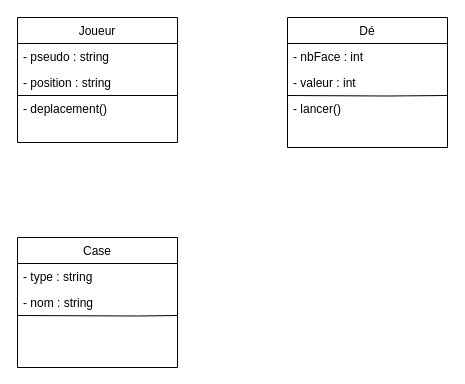
Above: Diagramme/Iteration1.drawio in Stephanethr/TPMonopoli (draw.io), before the change. Source tidied: cells renumbered, new cells numbered last; positions are measured from the earlier drawing's top-left corner, leaving out a move shared by most shapes. Both pictures are drawn from the tidied source at 100%, with x=0, y=0 at pixel (17, 17).
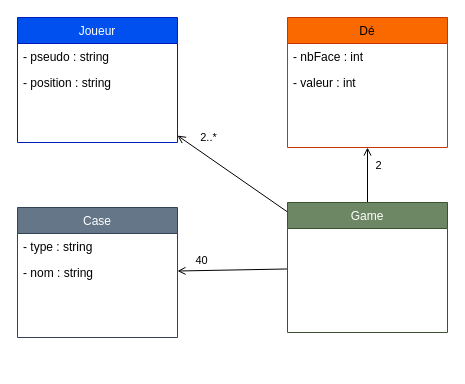
The same page after the edit.

Change to the diagram source:
```diff
@@
-    <mxCell id="2" value="Case" style="swimlane;fontStyle=0;align=center;verticalAlign=top;horizontal=1;startSize=26;rounded=0;shadow=0;strokeWidth=1;" parent="1" vertex="1">
-      <mxGeometry y="220" width="160" height="130" as="geometry" />
+    <mxCell id="2" value="Case" style="swimlane;fontStyle=0;align=center;verticalAlign=top;horizontal=1;startSize=26;rounded=0;shadow=0;strokeWidth=1;fillColor=#647687;fontColor=#ffffff;strokeColor=#314354;" parent="1" vertex="1">
+      <mxGeometry y="190" width="160" height="130" as="geometry" />
     </mxCell>
@@
-    <mxCell id="4" style="endArrow=none;html=1;rounded=0;exitX=0;exitY=0.75;exitDx=0;exitDy=0;entryX=1;entryY=0.75;entryDx=0;entryDy=0;" parent="2" edge="1">
-      <mxGeometry relative="1" as="geometry">
-        <mxPoint y="78" as="sourcePoint" />
-        <mxPoint x="160" y="78" as="targetPoint" />
-        <Array as="points">
-          <mxPoint x="120" y="78.5" />
-        </Array>
-      </mxGeometry>
-    </mxCell>
@@
-    <mxCell id="6" value="Dé" style="swimlane;fontStyle=0;align=center;verticalAlign=top;horizontal=1;startSize=26;rounded=0;shadow=0;strokeWidth=1;" parent="1" vertex="1">
+    <mxCell id="6" value="Dé" style="swimlane;fontStyle=0;align=center;verticalAlign=top;horizontal=1;startSize=26;rounded=0;shadow=0;strokeWidth=1;fillColor=#fa6800;strokeColor=#C73500;fontColor=#000000;" parent="1" vertex="1">
       <mxGeometry x="270" width="160" height="130" as="geometry" />
     </mxCell>
@@
-    <mxCell id="9" style="endArrow=none;html=1;rounded=0;exitX=0;exitY=0.75;exitDx=0;exitDy=0;entryX=1;entryY=0.75;entryDx=0;entryDy=0;" parent="6" edge="1">
-      <mxGeometry relative="1" as="geometry">
-        <mxPoint y="78" as="sourcePoint" />
-        <mxPoint x="160" y="78" as="targetPoint" />
-        <Array as="points">
-          <mxPoint x="100" y="78.5" />
-        </Array>
-      </mxGeometry>
-    </mxCell>
-    <mxCell id="10" value="- lancer()" style="text;align=left;verticalAlign=top;spacingLeft=4;spacingRight=4;overflow=hidden;rounded=0;shadow=0;html=0;" parent="6" vertex="1">
-      <mxGeometry y="78" width="160" height="26" as="geometry" />
-    </mxCell>
-    <mxCell id="11" value="Joueur" style="swimlane;fontStyle=0;align=center;verticalAlign=top;horizontal=1;startSize=26;rounded=0;shadow=0;strokeWidth=1;" parent="1" vertex="1">
+    <mxCell id="11" value="Joueur" style="swimlane;fontStyle=0;align=center;verticalAlign=top;horizontal=1;startSize=26;rounded=0;shadow=0;strokeWidth=1;fillColor=#0050ef;fontColor=#ffffff;strokeColor=#001DBC;" parent="1" vertex="1">
       <mxGeometry width="160" height="125" as="geometry" />
     </mxCell>
@@
-    <mxCell id="14" style="endArrow=none;html=1;rounded=0;exitX=0;exitY=0.75;exitDx=0;exitDy=0;entryX=1;entryY=0.75;entryDx=0;entryDy=0;" parent="11" edge="1">
-      <mxGeometry relative="1" as="geometry">
-        <mxPoint y="78" as="sourcePoint" />
-        <mxPoint x="160" y="78" as="targetPoint" />
-      </mxGeometry>
-    </mxCell>
-    <mxCell id="15" value="- deplacement()" style="text;align=left;verticalAlign=top;spacingLeft=4;spacingRight=4;overflow=hidden;rounded=0;shadow=0;html=0;" parent="11" vertex="1">
-      <mxGeometry y="78" width="160" height="26" as="geometry" />
-    </mxCell>
+    <mxCell id="16" style="edgeStyle=none;html=1;endArrow=open;endFill=0;" parent="1" edge="1" source="22" target="11">
+      <mxGeometry relative="1" as="geometry" />
+    </mxCell>
+    <mxCell id="17" value="2..*" style="edgeLabel;html=1;align=center;verticalAlign=middle;" parent="16" vertex="1">
+      <mxGeometry x="0.65" y="-1" relative="1" as="geometry">
+        <mxPoint x="10" y="-11" as="offset" />
+      </mxGeometry>
+    </mxCell>
+    <mxCell id="18" style="edgeStyle=none;html=1;endArrow=open;endFill=0;" parent="1" edge="1" source="22" target="6">
+      <mxGeometry relative="1" as="geometry" />
+    </mxCell>
+    <mxCell id="19" value="2" style="edgeLabel;html=1;align=center;verticalAlign=middle;" parent="18" vertex="1">
+      <mxGeometry x="0.39" relative="1" as="geometry">
+        <mxPoint x="10" as="offset" />
+      </mxGeometry>
+    </mxCell>
+    <mxCell id="20" style="edgeStyle=none;html=1;endArrow=open;endFill=0;" parent="1" edge="1" source="22" target="2">
+      <mxGeometry relative="1" as="geometry" />
+    </mxCell>
+    <mxCell id="21" value="40" style="edgeLabel;html=1;align=center;verticalAlign=middle;" parent="20" vertex="1">
+      <mxGeometry x="0.56" y="-2" relative="1" as="geometry">
+        <mxPoint y="-9" as="offset" />
+      </mxGeometry>
+    </mxCell>
+    <mxCell id="22" value="Game" style="swimlane;fontStyle=0;align=center;verticalAlign=top;horizontal=1;startSize=26;rounded=0;shadow=0;strokeWidth=1;fillColor=#6d8764;fontColor=#ffffff;strokeColor=#3A5431;" parent="1" vertex="1">
+      <mxGeometry x="270" y="185" width="160" height="130" as="geometry" />
+    </mxCell>
```
